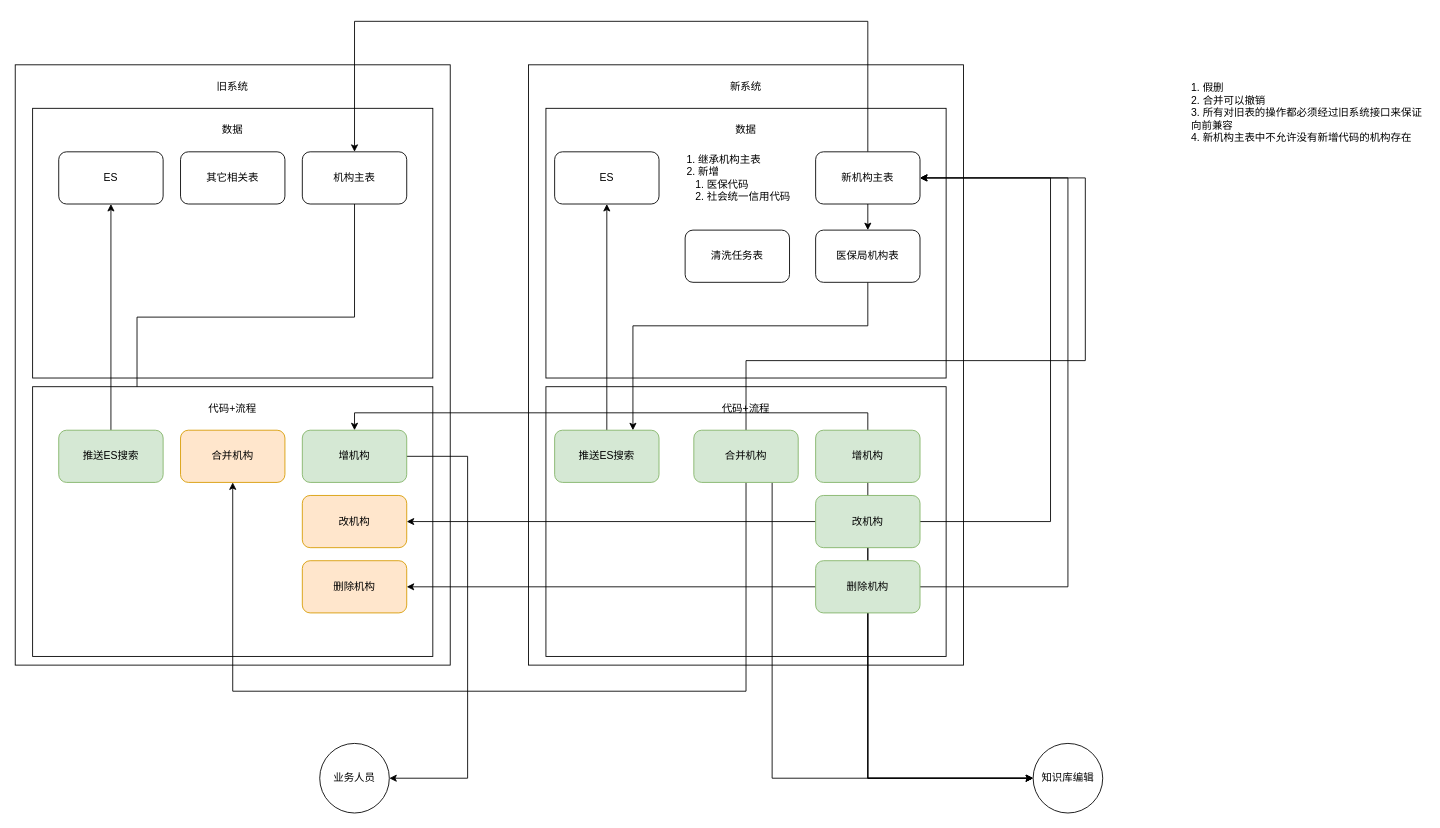
Above: 知识库.drawio in XiaoLiuAI/diagrams (draw.io), before the change. Source tidied: cells renumbered, new cells numbered last; positions are measured from the earlier drawing's top-left corner, leaving out a move shared by most shapes. Both pictures are drawn from the tidied source at 87%, with x=0, y=0 at pixel (15, 21).
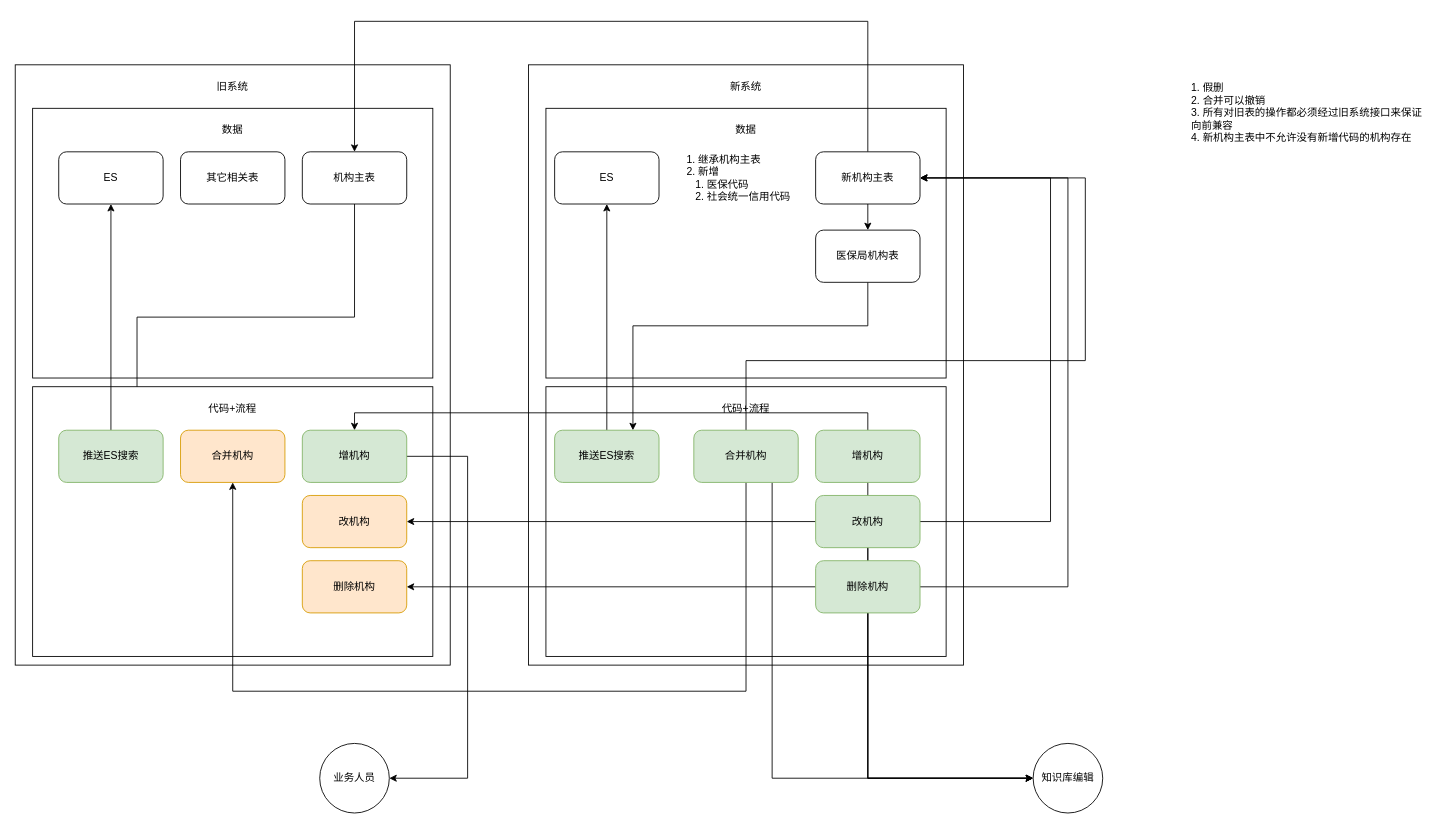
After the change.

Commit message:
更新知识库.drawio

Diff of the diagram source:
```diff
@@
-    <mxCell id="48" value="清洗任务表" style="rounded=1;whiteSpace=wrap;html=1;" parent="1" vertex="1">
-      <mxGeometry x="770" y="240" width="120" height="60" as="geometry" />
-    </mxCell>
```
